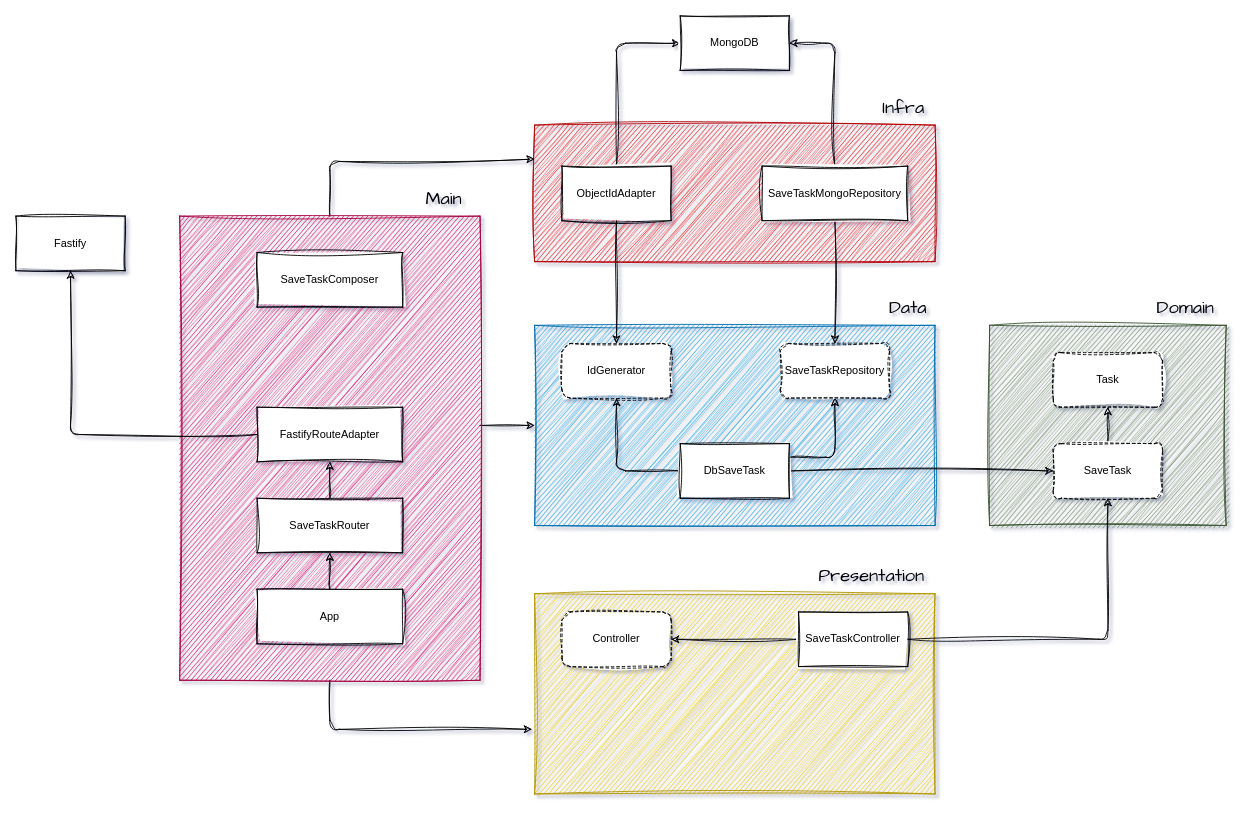
This is docs/diagram.drawio from mrbrunelli/clean-arch-tasks-example, a draw.io file, before an edit. Source tidied: cells renumbered, new cells numbered last; positions are measured from the earlier drawing's top-left corner, leaving out a move shared by most shapes. Both pictures are drawn from the tidied source at 91%, with x=0, y=0 at pixel (15, 15).
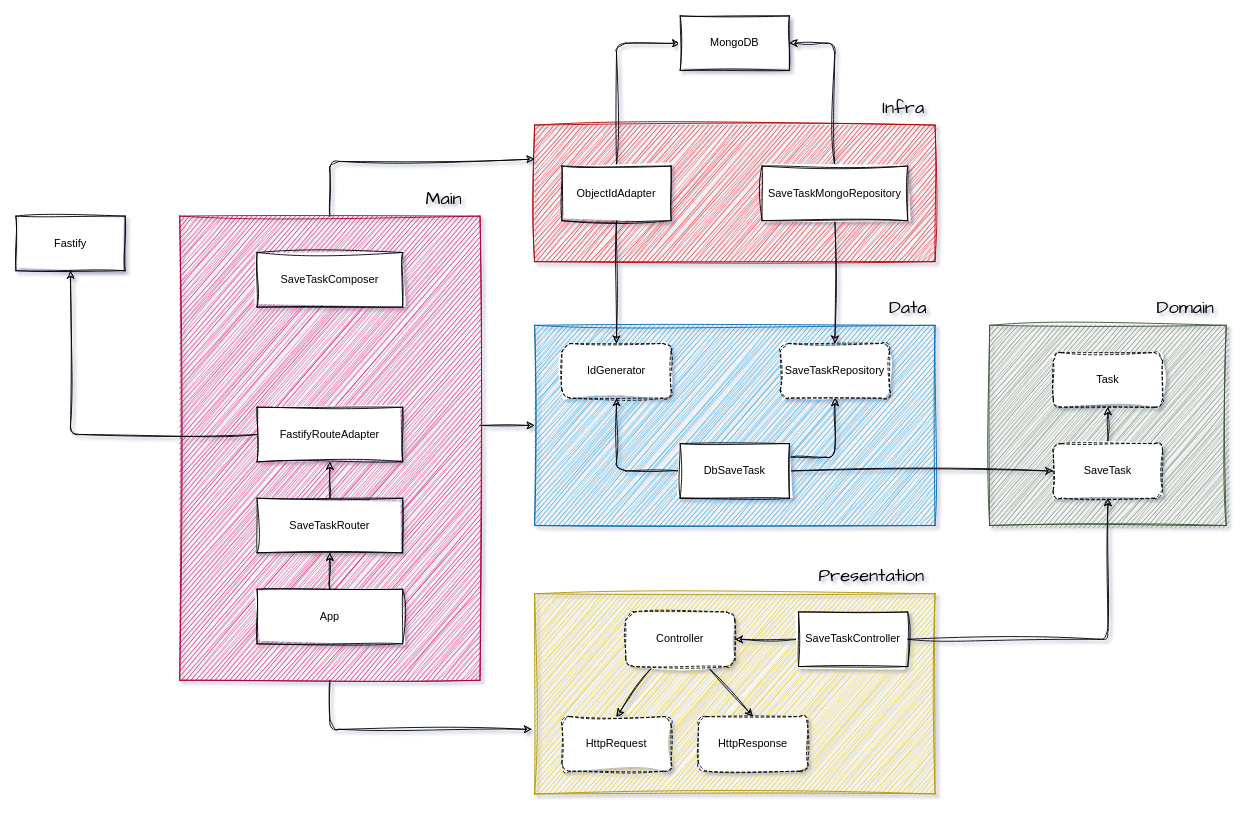
The same diagram, later.

Commit message (it also covers changes not shown here):
add HttpRequest and HttpResponse at the diagram

Diff of the diagram source:
```diff
@@
+    <mxCell id="43" style="edgeStyle=none;sketch=1;hachureGap=4;jiggle=2;curveFitting=1;html=1;exitX=0.25;exitY=1;exitDx=0;exitDy=0;entryX=0.5;entryY=0;entryDx=0;entryDy=0;fontFamily=Architects Daughter;fontSize=16;" parent="1" edge="1" source="14" target="45">
+      <mxGeometry relative="1" as="geometry" />
+    </mxCell>
+    <mxCell id="44" style="edgeStyle=none;sketch=1;hachureGap=4;jiggle=2;curveFitting=1;html=1;exitX=0.75;exitY=1;exitDx=0;exitDy=0;entryX=0.5;entryY=0;entryDx=0;entryDy=0;fontFamily=Architects Daughter;fontSize=16;" parent="1" edge="1" source="14" target="46">
+      <mxGeometry relative="1" as="geometry" />
+    </mxCell>
     <mxCell id="14" value="Controller" style="rounded=1;whiteSpace=wrap;html=1;dashed=1;sketch=1;curveFitting=1;jiggle=2;" parent="1" vertex="1">
-      <mxGeometry x="600" y="655" width="120" height="60" as="geometry" />
+      <mxGeometry x="670" y="655" width="120" height="60" as="geometry" />
     </mxCell>
@@
+    <mxCell id="45" value="HttpRequest" style="rounded=1;whiteSpace=wrap;html=1;dashed=1;sketch=1;curveFitting=1;jiggle=2;" parent="1" vertex="1">
+      <mxGeometry x="600" y="770" width="120" height="60" as="geometry" />
+    </mxCell>
+    <mxCell id="46" value="HttpResponse" style="rounded=1;whiteSpace=wrap;html=1;dashed=1;sketch=1;curveFitting=1;jiggle=2;" parent="1" vertex="1">
+      <mxGeometry x="750" y="770" width="120" height="60" as="geometry" />
+    </mxCell>
```
